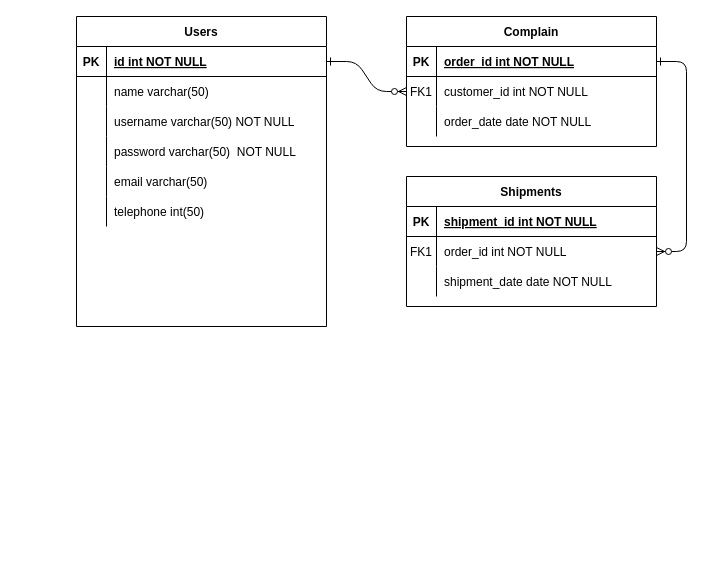
This is Untitled Diagram.drawio from EvanHendersonRichtByte/report-it-database-design, a draw.io file, before an edit. Source tidied: cells renumbered, new cells numbered last; positions are measured from the earlier drawing's top-left corner, leaving out a move shared by most shapes. Both pictures are drawn from the tidied source at 100%, with x=0, y=0 at pixel (76, 16).
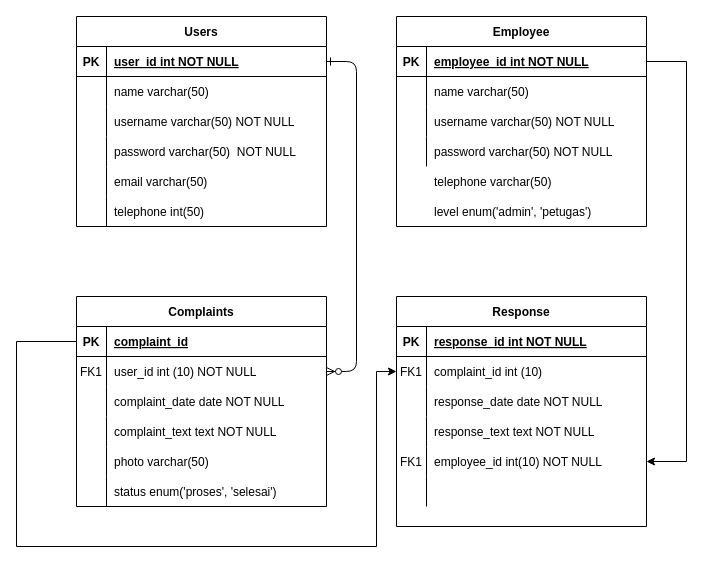
Above is the later version.

Commit message:
update report-it diagram

The change refers to these unchanged cells:
```xml
<mxCell id="5" style="shape=partialRectangle;fillColor=none;points=[[0,0.5],[1,0.5]];portConstraint=eastwest;top=0;left=0;right=0;bottom=1;" parent="4" vertex="1">
  <mxGeometry y="30" width="250" height="30" as="geometry" />
</mxCell>
<mxCell id="8" style="shape=partialRectangle;fillColor=none;points=[[0,0.5],[1,0.5]];portConstraint=eastwest;top=0;left=0;right=0;bottom=0;" parent="4" vertex="1">
  <mxGeometry y="60" width="250" height="30" as="geometry" />
</mxCell>
<mxCell id="11" style="shape=partialRectangle;fillColor=none;top=0;left=0;right=0;bottom=0;" parent="4" vertex="1">
  <mxGeometry y="90" width="250" height="30" as="geometry" />
</mxCell>
<mxCell id="15" style="shape=partialRectangle;fillColor=none;top=0;left=0;right=0;bottom=1;" parent="14" vertex="1">
  <mxGeometry y="30" width="250" height="30" as="geometry" />
</mxCell>
<mxCell id="18" style="shape=partialRectangle;fillColor=none;points=[[0,0.5],[1,0.5]];portConstraint=eastwest;top=0;left=0;right=0;bottom=0;" parent="14" vertex="1">
  <mxGeometry y="60" width="250" height="30" as="geometry" />
</mxCell>
<mxCell id="21" style="shape=partialRectangle;fillColor=none;top=0;left=0;right=0;bottom=0;" parent="14" vertex="1">
  <mxGeometry y="90" width="250" height="30" as="geometry" />
</mxCell>
<mxCell id="25" style="shape=partialRectangle;fillColor=none;points=[[0,0.5],[1,0.5]];portConstraint=eastwest;top=0;left=0;right=0;bottom=1;" parent="24" vertex="1">
  <mxGeometry y="30" width="250" height="30" as="geometry" />
</mxCell>
```

Diff of the diagram source:
```diff
@@
-    <mxCell id="3" style="edgeStyle=entityRelationEdgeStyle;endArrow=ERzeroToMany;startArrow=ERone;endFill=1;startFill=0;" parent="1" edge="1" source="5" target="18">
-      <mxGeometry relative="1" as="geometry" />
-    </mxCell>
-    <mxCell id="4" value="Complain" style="shape=table;startSize=30;childLayout=tableLayout;rowLines=0;fontStyle=1;align=center;" parent="1" vertex="1">
-      <mxGeometry x="330" width="250" height="130" as="geometry" />
+    <mxCell id="4" value="Complaints" style="shape=table;startSize=30;childLayout=tableLayout;rowLines=0;fontStyle=1;align=center;" parent="1" vertex="1">
+      <mxGeometry y="280" width="250" height="210" as="geometry" />
     </mxCell>
@@
-    <mxCell id="7" value="order_id int NOT NULL " style="shape=partialRectangle;overflow=hidden;fillColor=none;top=0;left=0;bottom=0;right=0;align=left;spacingLeft=6;fontStyle=5;" parent="5" vertex="1">
+    <mxCell id="7" value="complaint_id" style="shape=partialRectangle;overflow=hidden;fillColor=none;top=0;left=0;bottom=0;right=0;align=left;spacingLeft=6;fontStyle=5;" parent="5" vertex="1">
       <mxGeometry x="30" width="220" height="30" as="geometry" />
     </mxCell>
@@
-    <mxCell id="10" value="customer_id int NOT NULL" style="shape=partialRectangle;overflow=hidden;fillColor=none;top=0;left=0;bottom=0;right=0;align=left;spacingLeft=6;" parent="8" vertex="1">
+    <mxCell id="10" value="user_id int (10) NOT NULL" style="shape=partialRectangle;overflow=hidden;fillColor=none;top=0;left=0;bottom=0;right=0;align=left;spacingLeft=6;" parent="8" vertex="1">
       <mxGeometry x="30" width="220" height="30" as="geometry" />
     </mxCell>
@@
-    <mxCell id="13" value="order_date date NOT NULL" style="shape=partialRectangle;overflow=hidden;fillColor=none;top=0;left=0;bottom=0;right=0;align=left;spacingLeft=6;" parent="11" vertex="1">
+    <mxCell id="13" value="complaint_date date NOT NULL" style="shape=partialRectangle;overflow=hidden;fillColor=none;top=0;left=0;bottom=0;right=0;align=left;spacingLeft=6;" parent="11" vertex="1">
       <mxGeometry x="30" width="220" height="30" as="geometry" />
     </mxCell>
+    <mxCell id="43" style="shape=partialRectangle;fillColor=none;top=0;left=0;right=0;bottom=0;" parent="4" vertex="1">
+      <mxGeometry y="120" width="250" height="30" as="geometry" />
+    </mxCell>
+    <mxCell id="44" style="shape=partialRectangle;overflow=hidden;fillColor=none;top=0;left=0;bottom=0;right=0;" parent="43" vertex="1">
+      <mxGeometry width="30" height="30" as="geometry" />
+    </mxCell>
+    <mxCell id="45" value="complaint_text text NOT NULL" style="shape=partialRectangle;overflow=hidden;fillColor=none;top=0;left=0;bottom=0;right=0;align=left;spacingLeft=6;" parent="43" vertex="1">
+      <mxGeometry x="30" width="220" height="30" as="geometry" />
+    </mxCell>
+    <mxCell id="46" style="shape=partialRectangle;fillColor=none;top=0;left=0;right=0;bottom=0;" parent="4" vertex="1">
+      <mxGeometry y="150" width="250" height="30" as="geometry" />
+    </mxCell>
+    <mxCell id="47" style="shape=partialRectangle;overflow=hidden;fillColor=none;top=0;left=0;bottom=0;right=0;" parent="46" vertex="1">
+      <mxGeometry width="30" height="30" as="geometry" />
+    </mxCell>
+    <mxCell id="48" value="photo varchar(50)" style="shape=partialRectangle;overflow=hidden;fillColor=none;top=0;left=0;bottom=0;right=0;align=left;spacingLeft=6;" parent="46" vertex="1">
+      <mxGeometry x="30" width="220" height="30" as="geometry" />
+    </mxCell>
+    <mxCell id="49" style="shape=partialRectangle;fillColor=none;top=0;left=0;right=0;bottom=0;" parent="4" vertex="1">
+      <mxGeometry y="180" width="250" height="30" as="geometry" />
+    </mxCell>
+    <mxCell id="50" style="shape=partialRectangle;overflow=hidden;fillColor=none;top=0;left=0;bottom=0;right=0;" parent="49" vertex="1">
+      <mxGeometry width="30" height="30" as="geometry" />
+    </mxCell>
+    <mxCell id="51" value="status enum('proses', 'selesai')" style="shape=partialRectangle;overflow=hidden;fillColor=none;top=0;left=0;bottom=0;right=0;align=left;spacingLeft=6;" parent="49" vertex="1">
+      <mxGeometry x="30" width="220" height="30" as="geometry" />
+    </mxCell>
-    <mxCell id="14" value="Shipments" style="shape=table;startSize=30;childLayout=tableLayout;rowLines=0;fontStyle=1;align=center;" parent="1" vertex="1">
-      <mxGeometry x="330" y="160" width="250" height="130" as="geometry" />
+    <mxCell id="14" value="Employee" style="shape=table;startSize=30;childLayout=tableLayout;rowLines=0;fontStyle=1;align=center;" parent="1" vertex="1">
+      <mxGeometry x="320" width="250" height="210" as="geometry" />
     </mxCell>
@@
-    <mxCell id="17" value="shipment_id int NOT NULL " style="shape=partialRectangle;overflow=hidden;fillColor=none;top=0;left=0;bottom=0;right=0;align=left;spacingLeft=6;fontStyle=5;" parent="15" vertex="1">
+    <mxCell id="17" value="employee_id int NOT NULL " style="shape=partialRectangle;overflow=hidden;fillColor=none;top=0;left=0;bottom=0;right=0;align=left;spacingLeft=6;fontStyle=5;" parent="15" vertex="1">
       <mxGeometry x="30" width="220" height="30" as="geometry" />
     </mxCell>
@@
-    <mxCell id="19" value="FK1" style="shape=partialRectangle;overflow=hidden;fillColor=none;top=0;left=0;bottom=0;right=0;" parent="18" vertex="1">
+    <mxCell id="19" style="shape=partialRectangle;overflow=hidden;fillColor=none;top=0;left=0;bottom=0;right=0;" parent="18" vertex="1">
       <mxGeometry width="30" height="30" as="geometry" />
     </mxCell>
-    <mxCell id="20" value="order_id int NOT NULL" style="shape=partialRectangle;overflow=hidden;fillColor=none;top=0;left=0;bottom=0;right=0;align=left;spacingLeft=6;" parent="18" vertex="1">
+    <mxCell id="20" value="name varchar(50) " style="shape=partialRectangle;overflow=hidden;fillColor=none;top=0;left=0;bottom=0;right=0;align=left;spacingLeft=6;" parent="18" vertex="1">
       <mxGeometry x="30" width="220" height="30" as="geometry" />
     </mxCell>
@@
-    <mxCell id="23" value="shipment_date date NOT NULL" style="shape=partialRectangle;overflow=hidden;fillColor=none;top=0;left=0;bottom=0;right=0;align=left;spacingLeft=6;" parent="21" vertex="1">
+    <mxCell id="23" value="username varchar(50) NOT NULL" style="shape=partialRectangle;overflow=hidden;fillColor=none;top=0;left=0;bottom=0;right=0;align=left;spacingLeft=6;" parent="21" vertex="1">
       <mxGeometry x="30" width="220" height="30" as="geometry" />
     </mxCell>
+    <mxCell id="52" style="shape=partialRectangle;fillColor=none;top=0;left=0;right=0;bottom=0;" parent="14" vertex="1">
+      <mxGeometry y="120" width="250" height="30" as="geometry" />
+    </mxCell>
+    <mxCell id="53" style="shape=partialRectangle;overflow=hidden;fillColor=none;top=0;left=0;bottom=0;right=0;" parent="52" vertex="1">
+      <mxGeometry width="30" height="30" as="geometry" />
+    </mxCell>
+    <mxCell id="54" value="password varchar(50) NOT NULL" style="shape=partialRectangle;overflow=hidden;fillColor=none;top=0;left=0;bottom=0;right=0;align=left;spacingLeft=6;" parent="52" vertex="1">
+      <mxGeometry x="30" width="220" height="30" as="geometry" />
+    </mxCell>
     <mxCell id="24" value="Users" style="shape=table;startSize=30;childLayout=tableLayout;rowLines=0;fontStyle=1;align=center;" parent="1" vertex="1">
-      <mxGeometry width="250" height="310" as="geometry" />
+      <mxGeometry width="250" height="210" as="geometry" />
     </mxCell>
@@
-    <mxCell id="27" value="id int NOT NULL " style="shape=partialRectangle;overflow=hidden;fillColor=none;top=0;left=0;bottom=0;right=0;align=left;spacingLeft=6;fontStyle=5;" parent="25" vertex="1">
+    <mxCell id="27" value="user_id int NOT NULL " style="shape=partialRectangle;overflow=hidden;fillColor=none;top=0;left=0;bottom=0;right=0;align=left;spacingLeft=6;fontStyle=5;" parent="25" vertex="1">
       <mxGeometry x="30" width="220" height="30" as="geometry" />
     </mxCell>
@@
+    <mxCell id="55" style="shape=partialRectangle;fillColor=none;top=0;left=0;right=0;bottom=0;" parent="1" vertex="1">
+      <mxGeometry x="320" y="150" width="250" height="30" as="geometry" />
+    </mxCell>
+    <mxCell id="56" style="shape=partialRectangle;overflow=hidden;fillColor=none;top=0;left=0;bottom=0;right=0;" parent="55" vertex="1">
+      <mxGeometry width="30" height="30" as="geometry" />
+    </mxCell>
+    <mxCell id="57" value="telephone varchar(50)" style="shape=partialRectangle;overflow=hidden;fillColor=none;top=0;left=0;bottom=0;right=0;align=left;spacingLeft=6;" parent="55" vertex="1">
+      <mxGeometry x="30" width="220" height="30" as="geometry" />
+    </mxCell>
+    <mxCell id="58" style="shape=partialRectangle;fillColor=none;top=0;left=0;right=0;bottom=0;" parent="1" vertex="1">
+      <mxGeometry x="320" y="180" width="250" height="30" as="geometry" />
+    </mxCell>
+    <mxCell id="59" style="shape=partialRectangle;overflow=hidden;fillColor=none;top=0;left=0;bottom=0;right=0;" parent="58" vertex="1">
+      <mxGeometry width="30" height="30" as="geometry" />
+    </mxCell>
+    <mxCell id="60" value="level enum('admin', 'petugas')" style="shape=partialRectangle;overflow=hidden;fillColor=none;top=0;left=0;bottom=0;right=0;align=left;spacingLeft=6;" parent="58" vertex="1">
+      <mxGeometry x="30" width="220" height="30" as="geometry" />
+    </mxCell>
+    <mxCell id="61" value="Response" style="shape=table;startSize=30;childLayout=tableLayout;rowLines=0;fontStyle=1;align=center;" parent="1" vertex="1">
+      <mxGeometry x="320" y="280" width="250" height="230" as="geometry" />
+    </mxCell>
+    <mxCell id="62" style="shape=partialRectangle;fillColor=none;top=0;left=0;right=0;bottom=1;" parent="61" vertex="1">
+      <mxGeometry y="30" width="250" height="30" as="geometry" />
+    </mxCell>
+    <mxCell id="63" value="PK" style="shape=partialRectangle;overflow=hidden;fillColor=none;top=0;left=0;bottom=0;right=0;fontStyle=1;" parent="62" vertex="1">
+      <mxGeometry width="30" height="30" as="geometry" />
+    </mxCell>
+    <mxCell id="64" value="response_id int NOT NULL " style="shape=partialRectangle;overflow=hidden;fillColor=none;top=0;left=0;bottom=0;right=0;align=left;spacingLeft=6;fontStyle=5;" parent="62" vertex="1">
+      <mxGeometry x="30" width="220" height="30" as="geometry" />
+    </mxCell>
+    <mxCell id="65" style="shape=partialRectangle;fillColor=none;points=[[0,0.5],[1,0.5]];portConstraint=eastwest;top=0;left=0;right=0;bottom=0;" parent="61" vertex="1">
+      <mxGeometry y="60" width="250" height="30" as="geometry" />
+    </mxCell>
+    <mxCell id="66" value="FK1" style="shape=partialRectangle;overflow=hidden;fillColor=none;top=0;left=0;bottom=0;right=0;" parent="65" vertex="1">
+      <mxGeometry width="30" height="30" as="geometry" />
+    </mxCell>
+    <mxCell id="67" value="complaint_id int (10)" style="shape=partialRectangle;overflow=hidden;fillColor=none;top=0;left=0;bottom=0;right=0;align=left;spacingLeft=6;" parent="65" vertex="1">
+      <mxGeometry x="30" width="220" height="30" as="geometry" />
+    </mxCell>
+    <mxCell id="68" style="shape=partialRectangle;fillColor=none;top=0;left=0;right=0;bottom=0;" parent="61" vertex="1">
+      <mxGeometry y="90" width="250" height="30" as="geometry" />
+    </mxCell>
+    <mxCell id="69" style="shape=partialRectangle;overflow=hidden;fillColor=none;top=0;left=0;bottom=0;right=0;" parent="68" vertex="1">
+      <mxGeometry width="30" height="30" as="geometry" />
+    </mxCell>
+    <mxCell id="70" value="response_date date NOT NULL" style="shape=partialRectangle;overflow=hidden;fillColor=none;top=0;left=0;bottom=0;right=0;align=left;spacingLeft=6;" parent="68" vertex="1">
+      <mxGeometry x="30" width="220" height="30" as="geometry" />
+    </mxCell>
+    <mxCell id="71" style="shape=partialRectangle;fillColor=none;top=0;left=0;right=0;bottom=0;" parent="61" vertex="1">
+      <mxGeometry y="120" width="250" height="30" as="geometry" />
+    </mxCell>
+    <mxCell id="72" style="shape=partialRectangle;overflow=hidden;fillColor=none;top=0;left=0;bottom=0;right=0;" parent="71" vertex="1">
+      <mxGeometry width="30" height="30" as="geometry" />
+    </mxCell>
+    <mxCell id="73" value="response_text text NOT NULL" style="shape=partialRectangle;overflow=hidden;fillColor=none;top=0;left=0;bottom=0;right=0;align=left;spacingLeft=6;" parent="71" vertex="1">
+      <mxGeometry x="30" width="220" height="30" as="geometry" />
+    </mxCell>
+    <mxCell id="74" style="shape=partialRectangle;fillColor=none;top=0;left=0;right=0;bottom=0;" parent="61" vertex="1">
+      <mxGeometry y="150" width="250" height="30" as="geometry" />
+    </mxCell>
+    <mxCell id="75" value="FK1" style="shape=partialRectangle;overflow=hidden;fillColor=none;top=0;left=0;bottom=0;right=0;" parent="74" vertex="1">
+      <mxGeometry width="30" height="30" as="geometry" />
+    </mxCell>
+    <mxCell id="76" value="employee_id int(10) NOT NULL" style="shape=partialRectangle;overflow=hidden;fillColor=none;top=0;left=0;bottom=0;right=0;align=left;spacingLeft=6;" parent="74" vertex="1">
+      <mxGeometry x="30" width="220" height="30" as="geometry" />
+    </mxCell>
+    <mxCell id="77" style="shape=partialRectangle;fillColor=none;top=0;left=0;right=0;bottom=0;" parent="61" vertex="1">
+      <mxGeometry y="180" width="250" height="30" as="geometry" />
+    </mxCell>
+    <mxCell id="78" style="shape=partialRectangle;overflow=hidden;fillColor=none;top=0;left=0;bottom=0;right=0;" parent="77" vertex="1">
+      <mxGeometry width="30" height="30" as="geometry" />
+    </mxCell>
+    <mxCell id="79" style="shape=partialRectangle;overflow=hidden;fillColor=none;top=0;left=0;bottom=0;right=0;align=left;spacingLeft=6;" parent="77" vertex="1">
+      <mxGeometry x="30" width="220" height="30" as="geometry" />
+    </mxCell>
+    <mxCell id="80" style="edgeStyle=orthogonalEdgeStyle;rounded=0;jettySize=auto;html=1;exitX=0;exitY=0.5;exitDx=0;exitDy=0;entryX=0;entryY=0.5;entryDx=0;entryDy=0;" parent="1" edge="1" source="5" target="65">
+      <mxGeometry relative="1" as="geometry">
+        <Array as="points">
+          <mxPoint x="-60" y="325" />
+          <mxPoint x="-60" y="530" />
+          <mxPoint x="300" y="530" />
+          <mxPoint x="300" y="355" />
+        </Array>
+      </mxGeometry>
+    </mxCell>
+    <mxCell id="81" style="edgeStyle=orthogonalEdgeStyle;rounded=0;orthogonalLoop=1;jettySize=auto;html=1;" parent="1" edge="1">
+      <mxGeometry relative="1" as="geometry">
+        <mxPoint x="570" y="45" as="sourcePoint" />
+        <mxPoint x="570" y="445" as="targetPoint" />
+        <Array as="points">
+          <mxPoint x="610" y="45" />
+          <mxPoint x="610" y="445" />
+        </Array>
+      </mxGeometry>
+    </mxCell>
```
